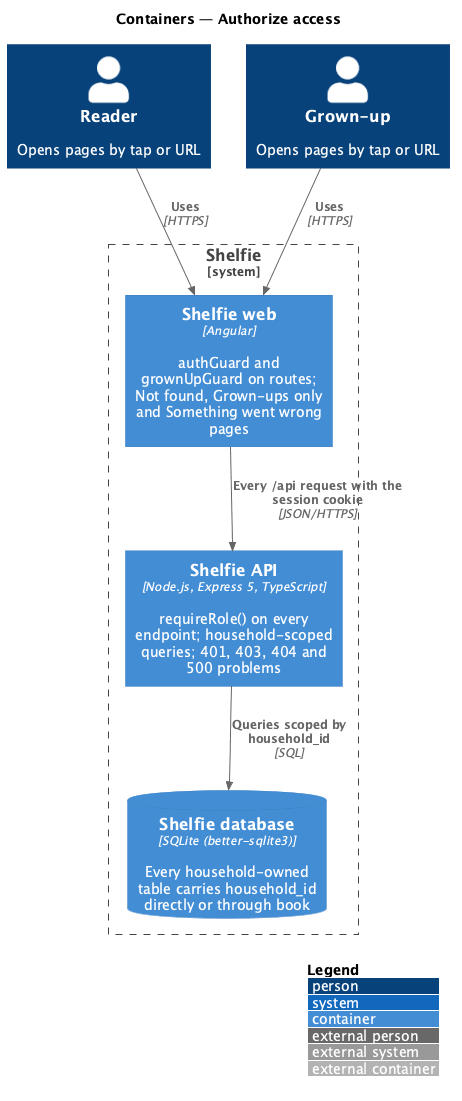
QuinntyneBrown/shelfie keeps this PlantUML diagram as docs/detailed-designs/sign-in/authorize-access/diagrams/c4-container.png. Above is the earlier version. The source it was exported from:
```plantuml
@startuml
!include <C4/C4_Container>
LAYOUT_WITH_LEGEND()
title Containers — Authorize access

Person(reader, "Reader", "Opens pages by tap or URL")
Person(grownUp, "Grown-up", "Opens pages by tap or URL")
System_Boundary(shelfie, "Shelfie") {
  Container(web, "Shelfie web", "Angular", "authGuard and grownUpGuard on routes; Not found, Grown-ups only and Something went wrong pages")
  Container(api, "Shelfie API", "Node.js, Express 5, TypeScript", "requireRole() on every endpoint; household-scoped queries; 401, 403, 404 and 500 problems")
  ContainerDb(db, "Shelfie database", "SQLite (better-sqlite3)", "Every household-owned table carries household_id directly or through book")
}
Rel(reader, web, "Uses", "HTTPS")
Rel(grownUp, web, "Uses", "HTTPS")
Rel(web, api, "Every /api request with the session cookie", "JSON/HTTPS")
Rel(api, db, "Queries scoped by household_id", "SQL")
@enduml
```
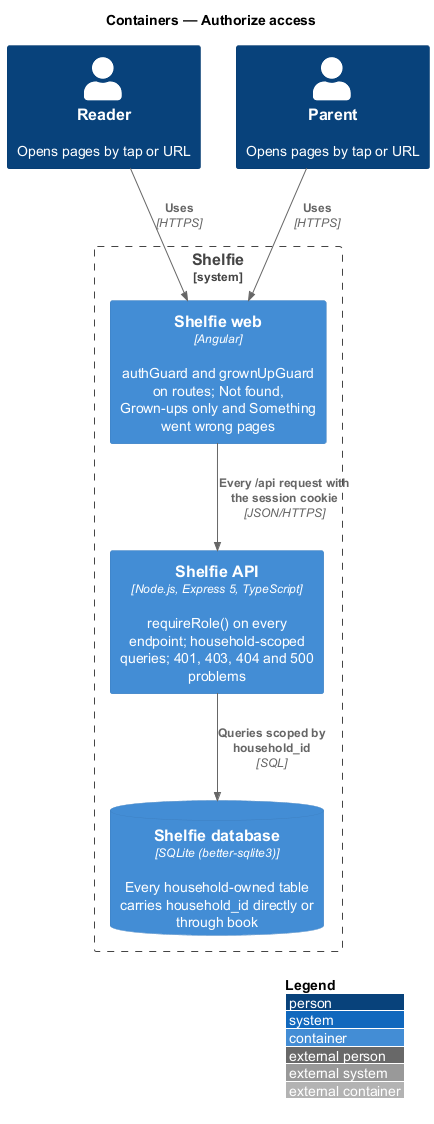
The same file after the commit.

What changed in the source:
```diff
@@ -4,14 +4,14 @@
 title Containers — Authorize access
 
 Person(reader, "Reader", "Opens pages by tap or URL")
-Person(grownUp, "Grown-up", "Opens pages by tap or URL")
+Person(parent, "Parent", "Opens pages by tap or URL")
 System_Boundary(shelfie, "Shelfie") {
   Container(web, "Shelfie web", "Angular", "authGuard and grownUpGuard on routes; Not found, Grown-ups only and Something went wrong pages")
   Container(api, "Shelfie API", "Node.js, Express 5, TypeScript", "requireRole() on every endpoint; household-scoped queries; 401, 403, 404 and 500 problems")
   ContainerDb(db, "Shelfie database", "SQLite (better-sqlite3)", "Every household-owned table carries household_id directly or through book")
 }
 Rel(reader, web, "Uses", "HTTPS")
-Rel(grownUp, web, "Uses", "HTTPS")
+Rel(parent, web, "Uses", "HTTPS")
 Rel(web, api, "Every /api request with the session cookie", "JSON/HTTPS")
 Rel(api, db, "Queries scoped by household_id", "SQL")
 @enduml
```
